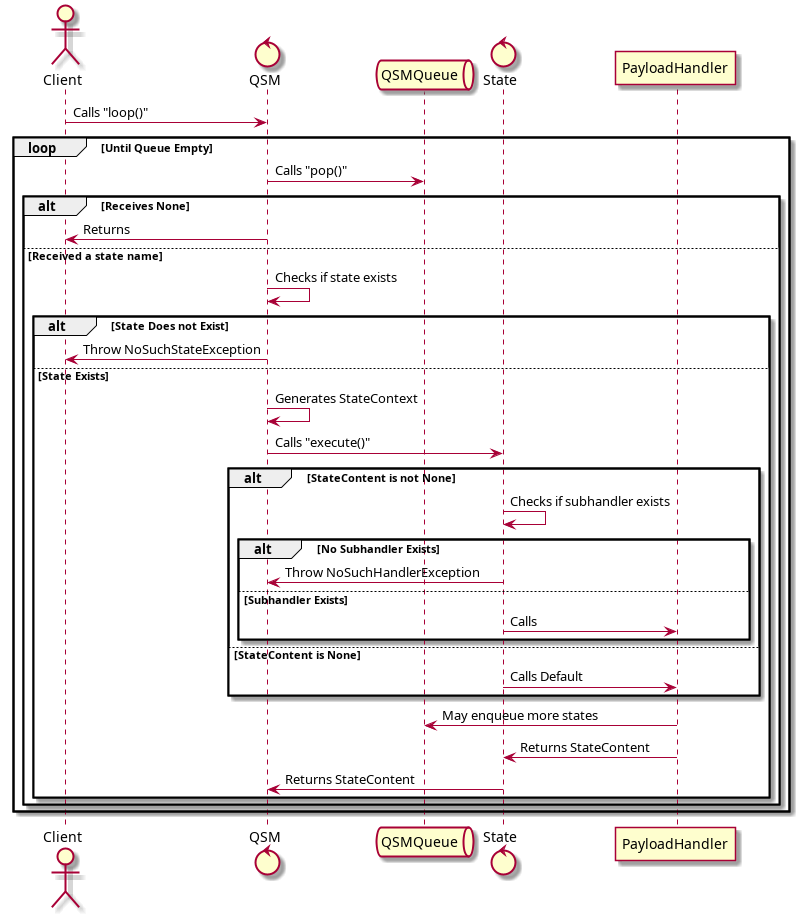
The PlantUML diagram docs/flow-model.png in aaron-jencks/qsm, before a commit. Its source is kept beside it as docs/flow-model.puml. The source it was exported from:
```plantuml
@startuml

actor Client
control QSM
queue QSMQueue
control State
Client -> QSM : Calls "loop()"
loop Until Queue Empty
QSM -> QSMQueue : Calls "pop()"
alt Receives None
QSM -> Client : Returns
else Received a state name
QSM -> QSM : Checks if state exists
alt State Does not Exist
QSM -> Client : Throw NoSuchStateException
else State Exists
QSM -> QSM : Generates StateContext
QSM -> State : Calls "execute()"
alt StateContent is not None
State -> State : Checks if subhandler exists
alt No Subhandler Exists
State -> QSM : Throw NoSuchHandlerException
else Subhandler Exists
State -> PayloadHandler : Calls
end
else StateContent is None
State -> PayloadHandler : Calls Default
end
PayloadHandler -> QSMQueue : May enqueue more states
PayloadHandler -> State : Returns StateContent
State -> QSM : Returns StateContent
end
end
end

@enduml
```
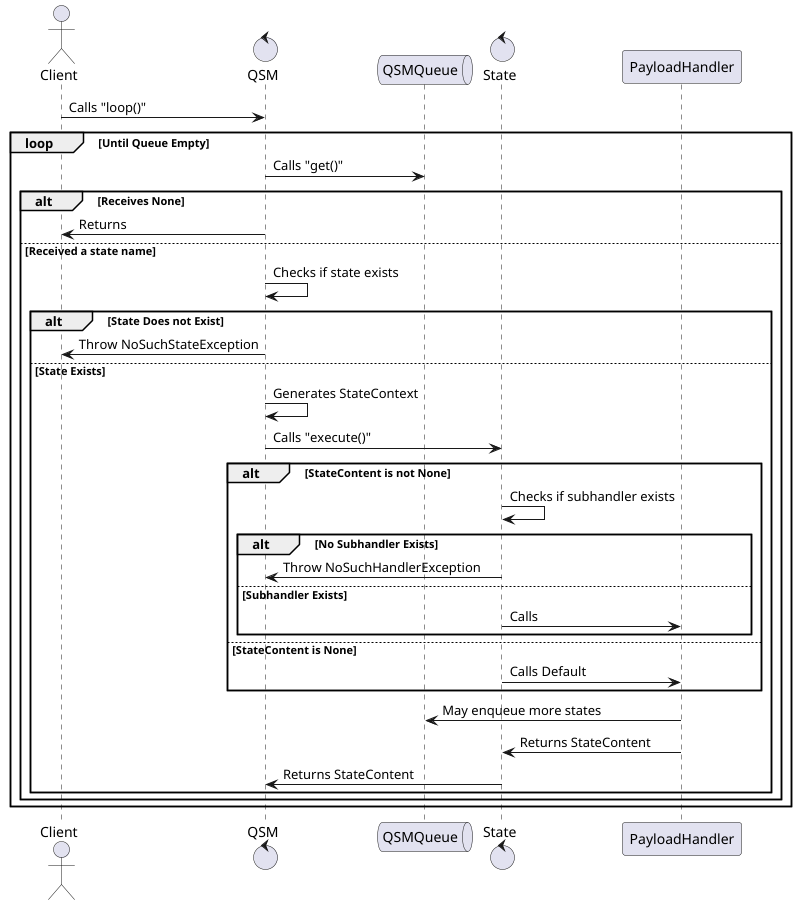
The same diagram one commit later.

Commit message:
fixed method name

What changed in the source:
```diff
@@ -6,7 +6,7 @@
 control State
 Client -> QSM : Calls "loop()"
 loop Until Queue Empty
-QSM -> QSMQueue : Calls "pop()"
+QSM -> QSMQueue : Calls "get()"
 alt Receives None
 QSM -> Client : Returns
 else Received a state name
```
